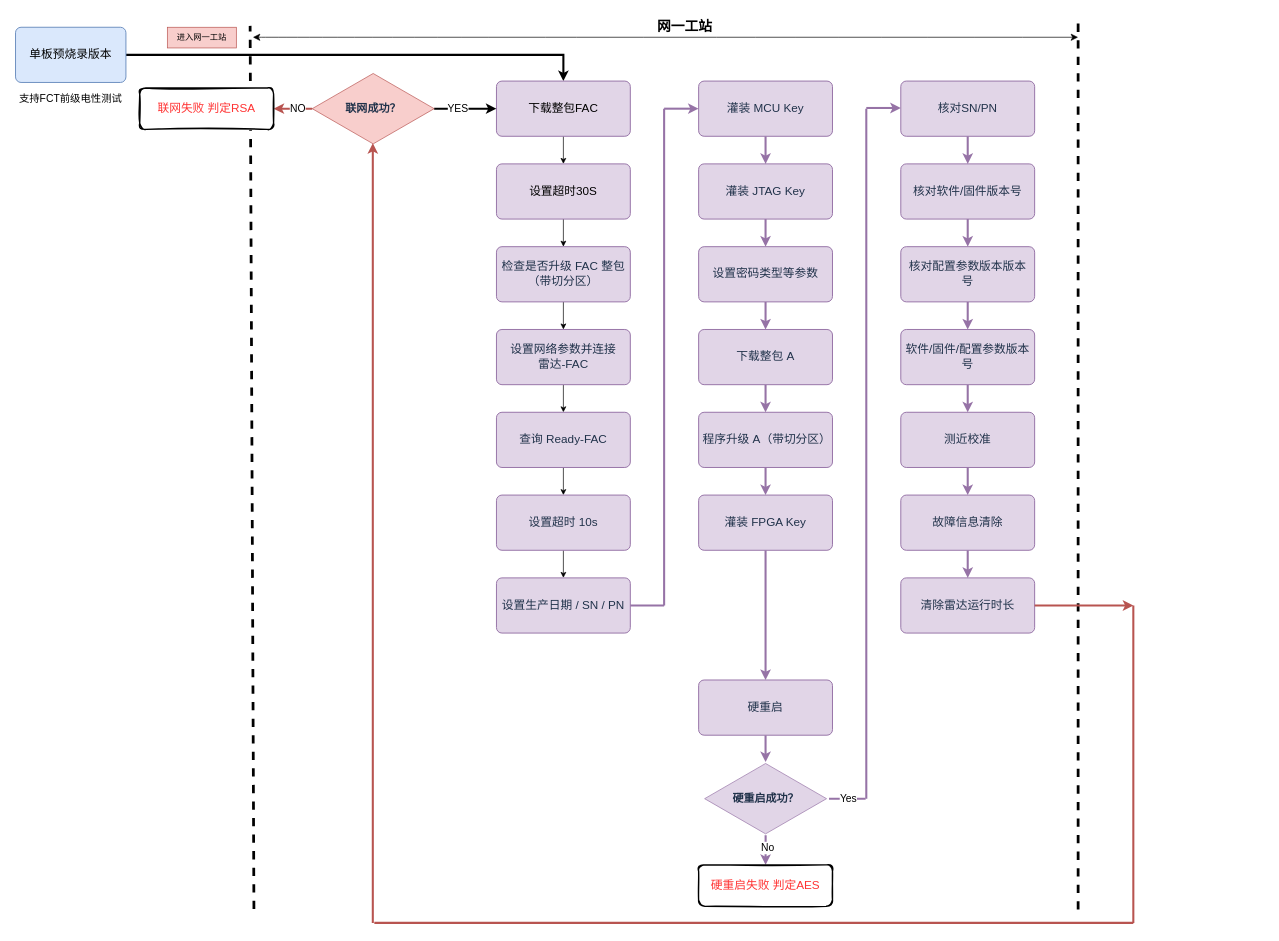
The draw.io diagram A11-变砖流程.drawio in shenwangchong/learngit, before the edit. Source tidied: cells renumbered, new cells numbered last; positions are measured from the earlier drawing's top-left corner, leaving out a move shared by most shapes. Both pictures are drawn from the tidied source at 69%, with x=0, y=0 at pixel (12, 12).
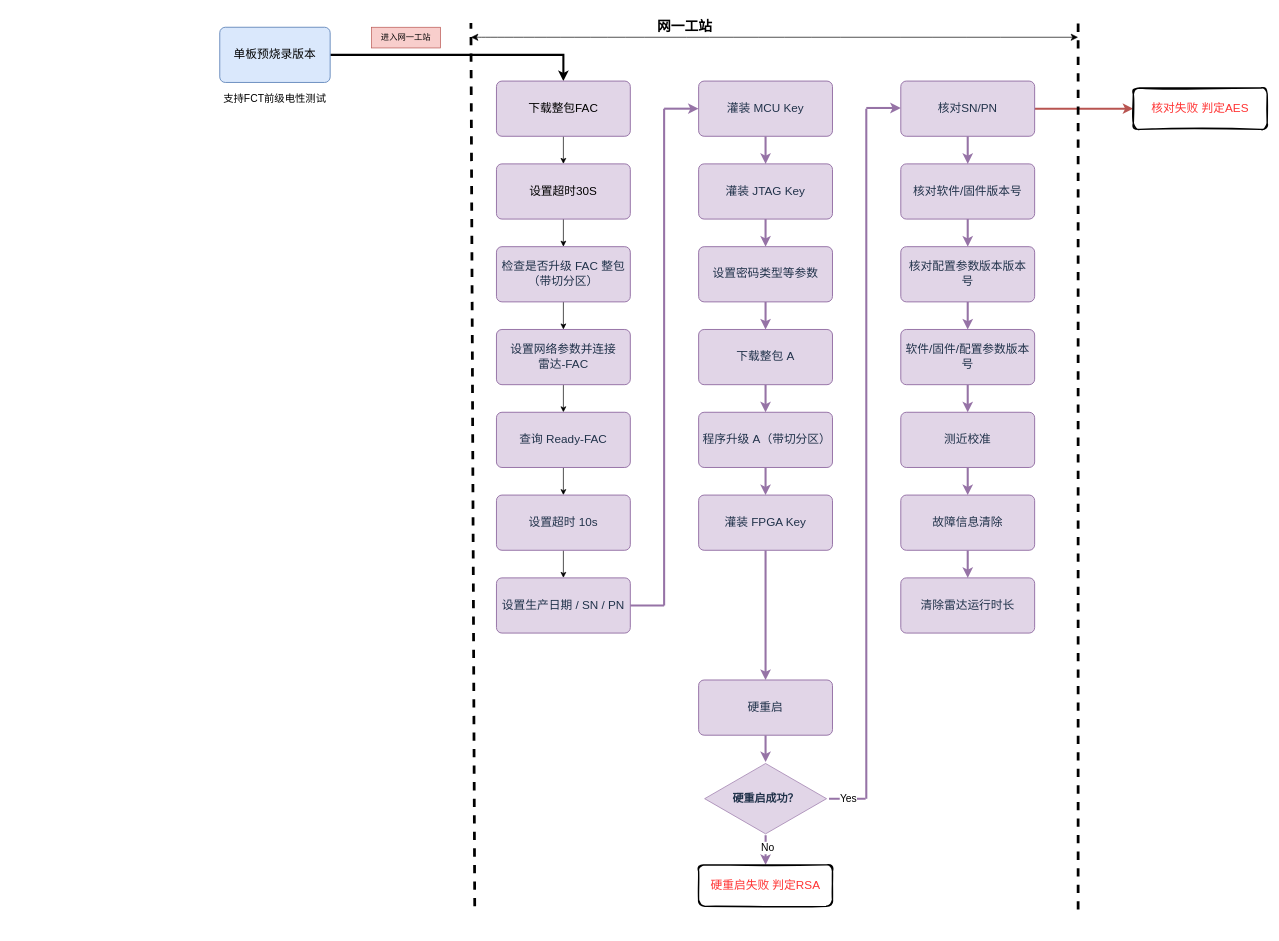
The same page after the edit.

Commit message:
更新A11-变砖流程.drawio

Unchanged cells that the change refers to:
```xml
<mxCell id="7" value="下载整包FAC" style="rounded=1;whiteSpace=wrap;html=1;arcSize=10;fillColor=#e1d5e7;strokeColor=#9673a6;strokeWidth=1.4;fontFamily=Microsoft YaHei;fontSize=17;align=center;verticalAlign=middle;spacing=7;" parent="1" vertex="1">
  <mxGeometry x="702" y="100" width="194" height="80" as="geometry" />
</mxCell>
<mxCell id="42" value="&lt;font color=&quot;#20324a&quot;&gt;核对SN/PN&lt;/font&gt;" style="rounded=1;whiteSpace=wrap;html=1;arcSize=10;fillColor=#e1d5e7;strokeColor=#9673a6;strokeWidth=1.4;fontFamily=Microsoft YaHei;fontSize=17;align=center;verticalAlign=middle;spacing=7;" parent="1" vertex="1">
  <mxGeometry x="1288" y="100" width="194" height="80" as="geometry" />
</mxCell>
```

Diff of the diagram source:
```diff
@@
     <mxCell id="3" value="单板预烧录版本" style="rounded=1;whiteSpace=wrap;html=1;arcSize=10;fillColor=#dae8fc;strokeColor=#6c8ebf;strokeWidth=1.4;fontFamily=Microsoft YaHei;fontSize=17;align=center;verticalAlign=middle;spacing=7;" parent="1" vertex="1">
-      <mxGeometry x="5" y="22" width="160" height="80" as="geometry" />
+      <mxGeometry x="301" y="22" width="160" height="80" as="geometry" />
     </mxCell>
     <mxCell id="4" style="endArrow=none;dashed=1;html=1;rounded=0;defaultLabelBackgroundColor=page;strokeWidth=4;" parent="1" edge="1">
       <mxGeometry relative="1" as="geometry">
-        <mxPoint x="350.5" y="1300" as="sourcePoint" />
-        <mxPoint x="345" y="20" as="targetPoint" />
+        <mxPoint x="670.5" y="1296" as="sourcePoint" />
+        <mxPoint x="665" y="16" as="targetPoint" />
       </mxGeometry>
     </mxCell>
     <mxCell id="5" value="&lt;font style=&quot;font-size: 15px;&quot;&gt;支持FCT前级电性测试&lt;/font&gt;" style="text;html=1;whiteSpace=wrap;strokeColor=none;fillColor=none;align=center;verticalAlign=middle;rounded=0;" parent="1" vertex="1">
-      <mxGeometry y="110" width="170" height="30" as="geometry" />
+      <mxGeometry x="296" y="110" width="170" height="30" as="geometry" />
     </mxCell>
@@
     <mxCell id="8" value="进入网一工站" style="text;html=1;whiteSpace=wrap;strokeColor=#b85450;fillColor=#f8cecc;align=center;verticalAlign=middle;rounded=0;" parent="1" vertex="1">
-      <mxGeometry x="225" y="22" width="100" height="30" as="geometry" />
+      <mxGeometry x="521" y="22" width="100" height="30" as="geometry" />
     </mxCell>
@@
-    <mxCell id="40" value="&lt;font style=&quot;font-size: 17px;&quot;&gt;硬重启失败 判定AES&lt;/font&gt;" style="rounded=1;whiteSpace=wrap;html=1;strokeWidth=2;fillWeight=4;hachureGap=8;hachureAngle=45;fillColor=#FFFFFF;sketch=1;fontColor=#FF3333;" parent="1" vertex="1">
+    <mxCell id="40" value="&lt;font style=&quot;font-size: 17px;&quot;&gt;硬重启失败 判定RSA&lt;/font&gt;" style="rounded=1;whiteSpace=wrap;html=1;strokeWidth=2;fillWeight=4;hachureGap=8;hachureAngle=45;fillColor=#FFFFFF;sketch=1;fontColor=#FF3333;" parent="1" vertex="1">
       <mxGeometry x="995" y="1236" width="194" height="60" as="geometry" />
     </mxCell>
@@
+    <mxCell id="71" style="edgeStyle=orthogonalEdgeStyle;rounded=0;jettySize=auto;html=1;defaultLabelBackgroundColor=page;strokeWidth=3;fillColor=#f8cecc;strokeColor=#b85450;" parent="1" edge="1" source="42" target="70">
+      <mxGeometry relative="1" as="geometry" />
+    </mxCell>
@@
     <mxCell id="59" style="endArrow=classic;startArrow=classic;html=1;rounded=0;fontSize=12;defaultLabelBackgroundColor=page;startSize=8;endSize=8;curved=1;" parent="1" edge="1">
       <mxGeometry relative="1" as="geometry">
-        <mxPoint x="349" y="36.5" as="sourcePoint" />
+        <mxPoint x="665" y="36.5" as="sourcePoint" />
         <mxPoint x="1545" y="36.5" as="targetPoint" />
       </mxGeometry>
     </mxCell>
@@
-    <mxCell id="61" style="endArrow=classic;html=1;rounded=0;defaultLabelBackgroundColor=page;fillColor=#f8cecc;strokeColor=#b85450;strokeWidth=3;" parent="1" edge="1">
-      <mxGeometry relative="1" as="geometry">
-        <mxPoint x="1482" y="860" as="sourcePoint" />
-        <mxPoint x="1625" y="860" as="targetPoint" />
-      </mxGeometry>
-    </mxCell>
-    <mxCell id="62" style="endArrow=none;html=1;rounded=0;defaultLabelBackgroundColor=page;fillColor=#f8cecc;strokeColor=#b85450;strokeWidth=3;" parent="1" edge="1">
-      <mxGeometry relative="1" as="geometry">
-        <mxPoint x="525" y="1320" as="sourcePoint" />
-        <mxPoint x="1625" y="1320" as="targetPoint" />
-      </mxGeometry>
-    </mxCell>
-    <mxCell id="63" style="endArrow=none;html=1;rounded=0;defaultLabelBackgroundColor=page;fillColor=#f8cecc;strokeColor=#b85450;strokeWidth=3;" parent="1" edge="1">
-      <mxGeometry relative="1" as="geometry">
-        <mxPoint x="1625" y="1320" as="sourcePoint" />
-        <mxPoint x="1625" y="860" as="targetPoint" />
-      </mxGeometry>
-    </mxCell>
-    <mxCell id="64" style="endArrow=classic;html=1;rounded=0;defaultLabelBackgroundColor=page;fillColor=#f8cecc;strokeColor=#b85450;strokeWidth=3;" parent="1" edge="1">
-      <mxGeometry relative="1" as="geometry">
-        <mxPoint x="522.8" y="1320" as="sourcePoint" />
-        <mxPoint x="522.8" y="190" as="targetPoint" />
-      </mxGeometry>
-    </mxCell>
-    <mxCell id="65" style="edgeStyle=orthogonalEdgeStyle;rounded=0;jettySize=auto;html=1;defaultLabelBackgroundColor=page;strokeWidth=3;fontSize=15;" parent="1" edge="1" source="69" target="7">
-      <mxGeometry relative="1" as="geometry" />
-    </mxCell>
-    <mxCell id="66" value="YES" style="edgeLabel;html=1;align=center;verticalAlign=middle;inheritText=1;fontSize=15;defaultLabelBackgroundColor=page;" parent="65" vertex="1">
-      <mxGeometry x="-0.24" y="-4" relative="1" as="geometry">
-        <mxPoint y="-5" as="offset" />
-      </mxGeometry>
-    </mxCell>
-    <mxCell id="67" style="edgeStyle=orthogonalEdgeStyle;rounded=0;jettySize=auto;html=1;defaultLabelBackgroundColor=page;fillColor=#f8cecc;strokeColor=#b85450;strokeWidth=3;" parent="1" edge="1" source="69" target="70">
-      <mxGeometry relative="1" as="geometry" />
-    </mxCell>
-    <mxCell id="68" value="NO" style="edgeLabel;html=1;align=center;verticalAlign=middle;inheritText=fontFamily,fontColor,fontStyle,textOpacity,labelBorderColor,labelBorderWidth,labelBackgroundColor,defaultLabelBackgroundColor,labelPadding;defaultLabelBackgroundColor=page;fontSize=15;" parent="67" vertex="1">
-      <mxGeometry x="-0.02" y="-1" relative="1" as="geometry">
-        <mxPoint x="5" as="offset" />
-      </mxGeometry>
-    </mxCell>
-    <mxCell id="69" value="&lt;span style=&quot;color: rgb(32, 50, 74); font-family: &amp;quot;Microsoft YaHei&amp;quot;; font-size: 16px; font-weight: 700;&quot;&gt;联网成功？&lt;/span&gt;" style="html=1;whiteSpace=wrap;shape=isoRectangle;fillColor=#f8cecc;strokeColor=#b85450;" parent="1" vertex="1">
-      <mxGeometry x="435" y="87" width="176.7" height="106" as="geometry" />
-    </mxCell>
-    <mxCell id="70" value="&lt;font style=&quot;font-size: 17px;&quot;&gt;联网失败 判定RSA&lt;/font&gt;" style="rounded=1;whiteSpace=wrap;html=1;strokeWidth=2;fillWeight=4;hachureGap=8;hachureAngle=45;fillColor=#FFFFFF;sketch=1;fontColor=#FF3333;" parent="1" vertex="1">
-      <mxGeometry x="185" y="110" width="194" height="60" as="geometry" />
+    <mxCell id="70" value="&lt;font style=&quot;font-size: 17px;&quot;&gt;核对失败 判定AES&lt;/font&gt;" style="rounded=1;whiteSpace=wrap;html=1;strokeWidth=2;fillWeight=4;hachureGap=8;hachureAngle=45;fillColor=#FFFFFF;sketch=1;fontColor=#FF3333;" parent="1" vertex="1">
+      <mxGeometry x="1625" y="110" width="194" height="60" as="geometry" />
     </mxCell>
```
